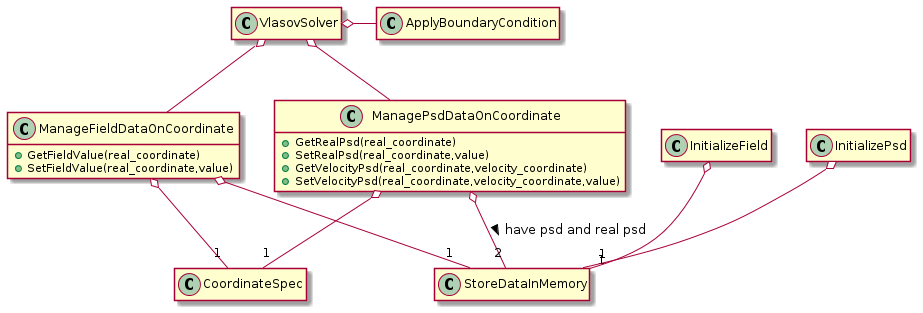
This is out/designCode/class_design_outline/class_design_outline.png from Butadiene/HEEModByPuls, a PlantUML export, as it was before one commit.
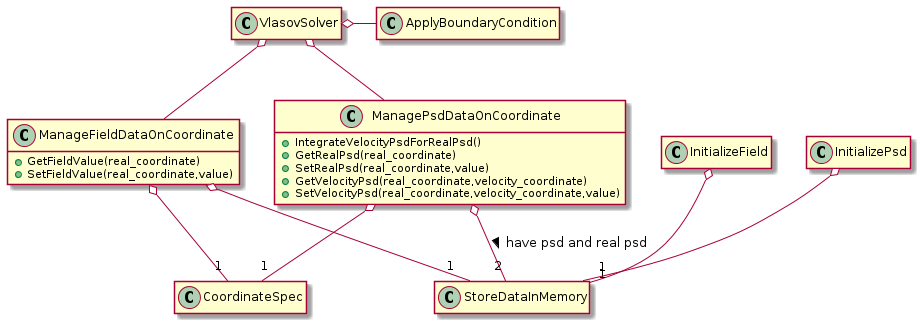
The same file after the commit.

Change to the diagram source:
```diff
@@ -1,6 +1,7 @@
 @startuml class_design_outline
 
 class ManagePsdDataOnCoordinate{
+    + IntegrateVelocityPsdForRealPsd()
     + GetRealPsd(real_coordinate)
     + SetRealPsd(real_coordinate,value)
     + GetVelocityPsd(real_coordinate,velocity_coordinate)
```
